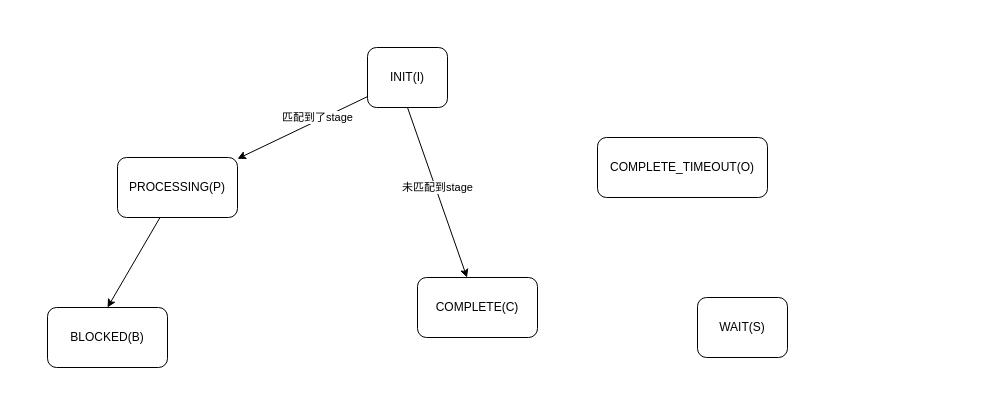
The draw.io diagram page "状态流转图" (4 of 4) of 召回系统-业务架构.drawio in ABIN-DS/flowchart, before the edit. Source tidied: cells renumbered, new cells numbered last; positions are measured from the earlier drawing's top-left corner, leaving out a move shared by most shapes. Both pictures are drawn from the tidied source at 100%, with x=0, y=0 at pixel (47, 47).
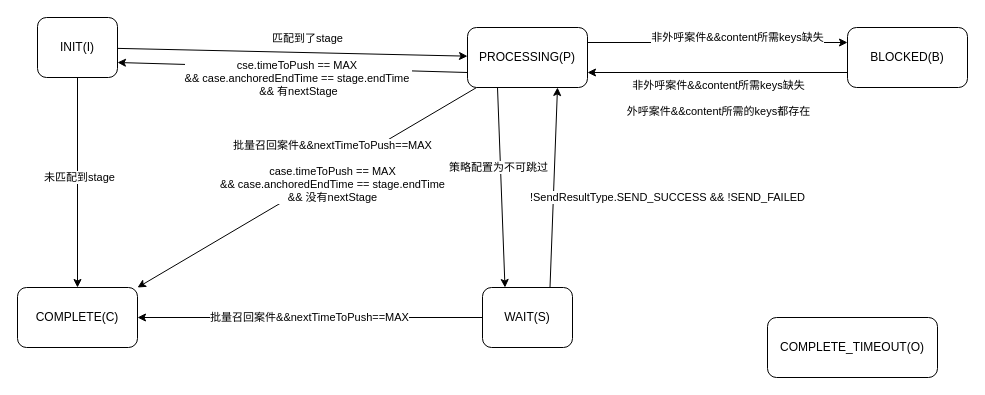
Above is the later version.

Commit message:
更新召回系统-业务架构.drawio

What changed in the source:
```diff
@@
     <mxCell id="4" value="INIT(I)" style="rounded=1;whiteSpace=wrap;html=1;" parent="1" vertex="1">
-      <mxGeometry x="320" width="80" height="60" as="geometry" />
+      <mxGeometry x="-10" y="-30" width="80" height="60" as="geometry" />
     </mxCell>
-    <mxCell id="5" style="rounded=0;jettySize=auto;html=1;entryX=0.5;entryY=0;entryDx=0;entryDy=0;" parent="1" edge="1" source="8" target="9">
-      <mxGeometry relative="1" as="geometry" />
+    <mxCell id="5" value="非外呼案件&amp;amp;&amp;amp;content所需keys缺失" style="rounded=0;jettySize=auto;html=1;entryX=0;entryY=0.25;entryDx=0;entryDy=0;exitX=1;exitY=0.25;exitDx=0;exitDy=0;" parent="1" edge="1" source="8" target="9">
+      <mxGeometry x="0.15" y="5" relative="1" as="geometry" />
     </mxCell>
@@
+    <mxCell id="13" style="edgeStyle=none;rounded=0;jettySize=auto;html=1;entryX=1;entryY=0;entryDx=0;entryDy=0;" parent="1" edge="1" source="8" target="10">
+      <mxGeometry relative="1" as="geometry" />
+    </mxCell>
+    <mxCell id="14" value="批量召回案件&amp;amp;&amp;amp;nextTimeToPush==MAX&lt;br&gt;&lt;br&gt;case.timeToPush == MAX &lt;br&gt;&amp;amp;&amp;amp; case.anchoredEndTime == stage.endTime &lt;br&gt;&amp;amp;&amp;amp; 没有nextStage" style="edgeLabel;html=1;align=center;verticalAlign=middle;" parent="13" vertex="1">
+      <mxGeometry x="-0.15" y="-2" relative="1" as="geometry" />
+    </mxCell>
+    <mxCell id="15" style="edgeStyle=none;rounded=0;jettySize=auto;html=1;exitX=0.25;exitY=1;exitDx=0;exitDy=0;entryX=0.25;entryY=0;entryDx=0;entryDy=0;" parent="1" edge="1" source="8" target="12">
+      <mxGeometry relative="1" as="geometry" />
+    </mxCell>
+    <mxCell id="16" value="策略配置为不可跳过" style="edgeLabel;html=1;align=center;verticalAlign=middle;" parent="15" vertex="1">
+      <mxGeometry x="-0.13" y="-1" relative="1" as="geometry">
+        <mxPoint x="-2" y="-7" as="offset" />
+      </mxGeometry>
+    </mxCell>
+    <mxCell id="17" style="edgeStyle=none;rounded=0;jettySize=auto;html=1;entryX=1;entryY=0.75;entryDx=0;entryDy=0;exitX=0;exitY=0.75;exitDx=0;exitDy=0;" parent="1" edge="1" source="8" target="4">
+      <mxGeometry relative="1" as="geometry" />
+    </mxCell>
+    <mxCell id="18" value="&lt;div style=&quot;border-color: var(--border-color);&quot;&gt;cse.timeToPush == MAX&amp;nbsp;&lt;/div&gt;&lt;div style=&quot;border-color: var(--border-color);&quot;&gt;&amp;amp;&amp;amp; case.anchoredEndTime == stage.endTime&amp;nbsp;&lt;/div&gt;&lt;div style=&quot;border-color: var(--border-color);&quot;&gt;&amp;amp;&amp;amp; 有nextStage&lt;/div&gt;" style="edgeLabel;html=1;align=center;verticalAlign=middle;" parent="17" vertex="1">
+      <mxGeometry x="0.14" y="-1" relative="1" as="geometry">
+        <mxPoint x="30" y="12" as="offset" />
+      </mxGeometry>
+    </mxCell>
     <mxCell id="8" value="PROCESSING(P)" style="rounded=1;whiteSpace=wrap;html=1;" parent="1" vertex="1">
-      <mxGeometry x="70" y="110" width="120" height="60" as="geometry" />
+      <mxGeometry x="420" y="-20" width="120" height="60" as="geometry" />
     </mxCell>
+    <mxCell id="19" style="edgeStyle=none;rounded=0;jettySize=auto;html=1;exitX=0;exitY=0.75;exitDx=0;exitDy=0;entryX=1;entryY=0.75;entryDx=0;entryDy=0;" parent="1" edge="1" source="9" target="8">
+      <mxGeometry relative="1" as="geometry" />
+    </mxCell>
+    <mxCell id="20" value="非外呼案件&amp;amp;&amp;amp;content所需keys缺失&lt;br&gt;&lt;br&gt;外呼案件&amp;amp;&amp;amp;content所需的keys都存在" style="edgeLabel;html=1;align=center;verticalAlign=middle;" parent="19" vertex="1">
+      <mxGeometry x="0.35" y="1" relative="1" as="geometry">
+        <mxPoint x="46" y="24" as="offset" />
+      </mxGeometry>
+    </mxCell>
     <mxCell id="9" value="BLOCKED(B)" style="rounded=1;whiteSpace=wrap;html=1;" parent="1" vertex="1">
-      <mxGeometry y="260" width="120" height="60" as="geometry" />
+      <mxGeometry x="800" y="-20" width="120" height="60" as="geometry" />
     </mxCell>
     <mxCell id="10" value="COMPLETE(C)" style="rounded=1;whiteSpace=wrap;html=1;" parent="1" vertex="1">
-      <mxGeometry x="370" y="230" width="120" height="60" as="geometry" />
+      <mxGeometry x="-30" y="240" width="120" height="60" as="geometry" />
     </mxCell>
     <mxCell id="11" value="COMPLETE_TIMEOUT(O)" style="rounded=1;whiteSpace=wrap;html=1;" parent="1" vertex="1">
-      <mxGeometry x="550" y="90" width="170" height="60" as="geometry" />
+      <mxGeometry x="720" y="270" width="170" height="60" as="geometry" />
     </mxCell>
+    <mxCell id="21" value="批量召回案件&amp;amp;&amp;amp;nextTimeToPush==MAX" style="edgeStyle=none;rounded=0;jettySize=auto;html=1;entryX=1;entryY=0.5;entryDx=0;entryDy=0;" parent="1" edge="1" source="12" target="10">
+      <mxGeometry relative="1" as="geometry" />
+    </mxCell>
+    <mxCell id="22" style="edgeStyle=none;rounded=0;jettySize=auto;html=1;entryX=0.75;entryY=1;entryDx=0;entryDy=0;exitX=0.75;exitY=0;exitDx=0;exitDy=0;" parent="1" edge="1" source="12" target="8">
+      <mxGeometry relative="1" as="geometry" />
+    </mxCell>
+    <mxCell id="23" value="!SendResultType.SEND_SUCCESS &amp;amp;&amp;amp; !SEND_FAILED" style="edgeLabel;html=1;align=center;verticalAlign=middle;" parent="22" vertex="1">
+      <mxGeometry x="-0.09" y="-2" relative="1" as="geometry">
+        <mxPoint x="112" as="offset" />
+      </mxGeometry>
+    </mxCell>
     <mxCell id="12" value="WAIT(S)" style="rounded=1;whiteSpace=wrap;html=1;" parent="1" vertex="1">
-      <mxGeometry x="650" y="250" width="90" height="60" as="geometry" />
+      <mxGeometry x="435" y="240" width="90" height="60" as="geometry" />
     </mxCell>
```
